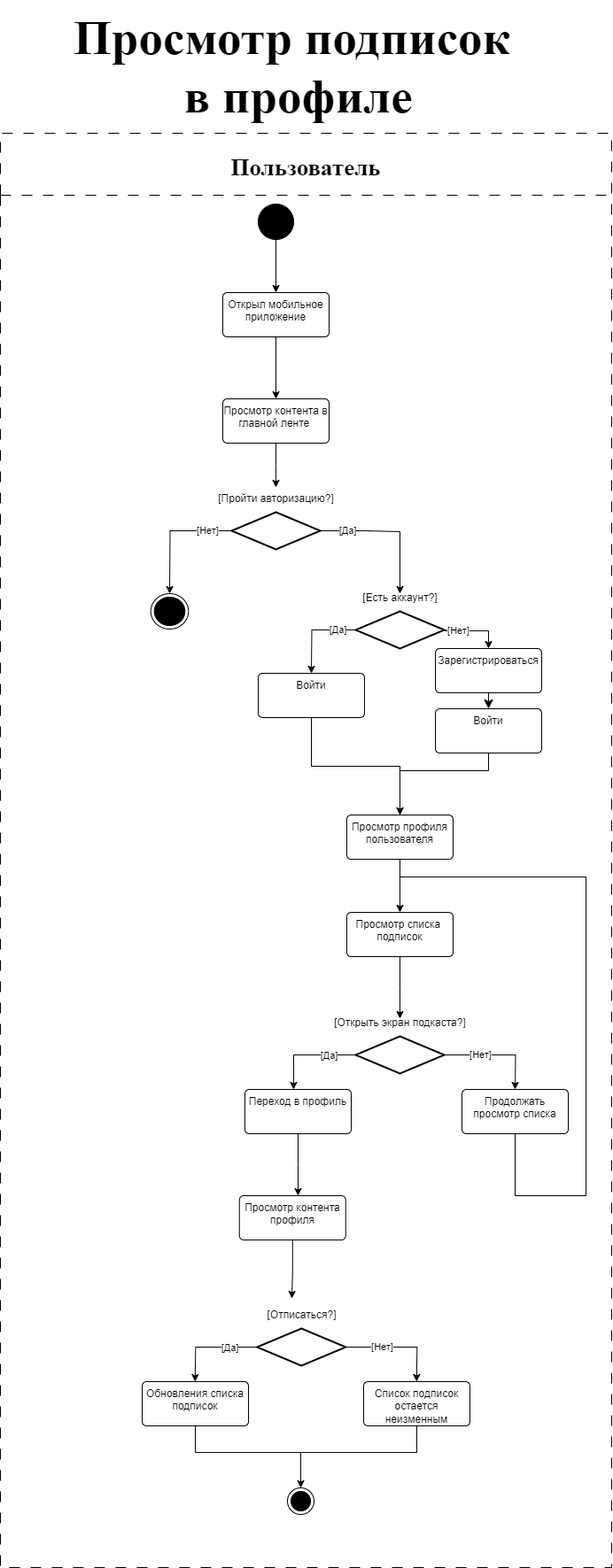
SazonovAlexander/9.1-TikTalk keeps this draw.io diagram as diagrams/activity-subs.png. Above is the earlier version. Source tidied: cells renumbered, new cells last; positions are measured from the earlier drawing's top-left corner, leaving out a move shared by most shapes. Its diagram source:
```xml
<mxGraphModel>
  <root>
    <mxCell id="0" />
    <mxCell id="1" parent="0" />
    <mxCell id="2" style="edgeStyle=orthogonalEdgeStyle;rounded=0;jettySize=auto;html=1;entryX=0.5;entryY=0;entryDx=0;entryDy=0;" parent="1" edge="1" source="3" target="7">
      <mxGeometry relative="1" as="geometry" />
    </mxCell>
    <mxCell id="3" style="ellipse;fillColor=strokeColor;html=1;" parent="1" vertex="1">
      <mxGeometry x="291" y="230" width="40" height="40" as="geometry" />
    </mxCell>
    <mxCell id="4" style="edgeStyle=orthogonalEdgeStyle;rounded=0;jettySize=auto;html=1;" parent="1" edge="1" source="5">
      <mxGeometry relative="1" as="geometry">
        <mxPoint x="311" y="550" as="targetPoint" />
      </mxGeometry>
    </mxCell>
    <mxCell id="5" value="Просмотр контента в главной ленте&amp;nbsp;&lt;div&gt;&lt;br/&gt;&lt;/div&gt;" style="whiteSpace=wrap;html=1;verticalAlign=top;rounded=1;arcSize=10;dashed=0;" parent="1" vertex="1">
      <mxGeometry x="251" y="450" width="120" height="50" as="geometry" />
    </mxCell>
    <mxCell id="6" style="edgeStyle=orthogonalEdgeStyle;rounded=0;jettySize=auto;html=1;entryX=0.5;entryY=0;entryDx=0;entryDy=0;" parent="1" edge="1" source="7" target="5">
      <mxGeometry relative="1" as="geometry" />
    </mxCell>
    <mxCell id="7" value="Открыл мобильное приложение" style="whiteSpace=wrap;html=1;verticalAlign=top;rounded=1;arcSize=10;dashed=0;" parent="1" vertex="1">
      <mxGeometry x="251" y="330" width="120" height="50" as="geometry" />
    </mxCell>
    <mxCell id="8" value="[Пройти авторизацию?]" style="text;html=1;align=center;verticalAlign=middle;strokeColor=none;fillColor=none;" parent="1" vertex="1">
      <mxGeometry x="236" y="548" width="150" height="30" as="geometry" />
    </mxCell>
    <mxCell id="9" style="edgeStyle=orthogonalEdgeStyle;rounded=0;jettySize=auto;html=1;" parent="1" edge="1" source="13">
      <mxGeometry relative="1" as="geometry">
        <mxPoint x="451" y="670" as="targetPoint" />
        <Array as="points">
          <mxPoint x="411" y="599" />
          <mxPoint x="411" y="600" />
          <mxPoint x="451" y="600" />
        </Array>
      </mxGeometry>
    </mxCell>
    <mxCell id="10" value="[Да]" style="edgeLabel;html=1;align=center;verticalAlign=middle;" parent="9" vertex="1">
      <mxGeometry x="-0.26" relative="1" as="geometry">
        <mxPoint x="-29" y="-1" as="offset" />
      </mxGeometry>
    </mxCell>
    <mxCell id="11" style="edgeStyle=orthogonalEdgeStyle;rounded=0;jettySize=auto;html=1;" parent="1" edge="1" source="13">
      <mxGeometry relative="1" as="geometry">
        <mxPoint x="191" y="670" as="targetPoint" />
      </mxGeometry>
    </mxCell>
    <mxCell id="12" value="[Нет]" style="edgeLabel;html=1;align=center;verticalAlign=middle;" parent="11" vertex="1">
      <mxGeometry x="-0.61" relative="1" as="geometry" />
    </mxCell>
    <mxCell id="13" style="strokeWidth=2;html=1;shape=mxgraph.flowchart.decision;whiteSpace=wrap;" parent="1" vertex="1">
      <mxGeometry x="261" y="578" width="100" height="42" as="geometry" />
    </mxCell>
    <mxCell id="14" style="edgeStyle=orthogonalEdgeStyle;rounded=0;jettySize=auto;html=1;" parent="1" edge="1" source="18">
      <mxGeometry relative="1" as="geometry">
        <mxPoint x="351" y="760" as="targetPoint" />
      </mxGeometry>
    </mxCell>
    <mxCell id="15" value="[Да]" style="edgeLabel;html=1;align=center;verticalAlign=middle;" parent="14" vertex="1">
      <mxGeometry x="-0.58" relative="1" as="geometry" />
    </mxCell>
    <mxCell id="16" style="edgeStyle=orthogonalEdgeStyle;rounded=0;jettySize=auto;html=1;entryX=0.5;entryY=0;entryDx=0;entryDy=0;" parent="1" edge="1" source="18" target="53">
      <mxGeometry relative="1" as="geometry">
        <Array as="points">
          <mxPoint x="551" y="712" />
        </Array>
      </mxGeometry>
    </mxCell>
    <mxCell id="17" value="[Нет]" style="edgeLabel;html=1;align=center;verticalAlign=middle;" parent="16" vertex="1">
      <mxGeometry x="-0.73" y="1" relative="1" as="geometry">
        <mxPoint x="6" y="1" as="offset" />
      </mxGeometry>
    </mxCell>
    <mxCell id="18" style="strokeWidth=2;html=1;shape=mxgraph.flowchart.decision;whiteSpace=wrap;" parent="1" vertex="1">
      <mxGeometry x="401" y="690" width="100" height="42" as="geometry" />
    </mxCell>
    <mxCell id="19" value="[Есть аккаунт?]" style="text;html=1;align=center;verticalAlign=middle;strokeColor=none;fillColor=none;" parent="1" vertex="1">
      <mxGeometry x="396" y="660" width="110" height="30" as="geometry" />
    </mxCell>
    <mxCell id="20" style="edgeStyle=orthogonalEdgeStyle;rounded=0;jettySize=auto;html=1;entryX=0.5;entryY=0;entryDx=0;entryDy=0;" parent="1" edge="1" source="21" target="24">
      <mxGeometry relative="1" as="geometry" />
    </mxCell>
    <mxCell id="21" value="Войти" style="whiteSpace=wrap;html=1;verticalAlign=top;rounded=1;arcSize=10;dashed=0;" parent="1" vertex="1">
      <mxGeometry x="291" y="760" width="120" height="50" as="geometry" />
    </mxCell>
    <mxCell id="22" style="edgeStyle=orthogonalEdgeStyle;rounded=0;jettySize=auto;html=1;entryX=0.5;entryY=0;entryDx=0;entryDy=0;exitX=0.5;exitY=1;exitDx=0;exitDy=0;" parent="1" edge="1" source="54" target="24">
      <mxGeometry relative="1" as="geometry">
        <Array as="points">
          <mxPoint x="551" y="870" />
          <mxPoint x="451" y="870" />
        </Array>
      </mxGeometry>
    </mxCell>
    <mxCell id="23" style="edgeStyle=orthogonalEdgeStyle;rounded=0;jettySize=auto;html=1;entryX=0.5;entryY=0;entryDx=0;entryDy=0;" parent="1" edge="1" source="24" target="26">
      <mxGeometry relative="1" as="geometry" />
    </mxCell>
    <mxCell id="24" value="Просмотр профиля пользователя" style="whiteSpace=wrap;html=1;verticalAlign=top;rounded=1;arcSize=10;dashed=0;" parent="1" vertex="1">
      <mxGeometry x="391" y="920" width="120" height="50" as="geometry" />
    </mxCell>
    <mxCell id="25" style="edgeStyle=orthogonalEdgeStyle;rounded=0;jettySize=auto;html=1;" parent="1" edge="1" source="26">
      <mxGeometry relative="1" as="geometry">
        <mxPoint x="451" y="1150" as="targetPoint" />
      </mxGeometry>
    </mxCell>
    <mxCell id="26" value="Просмотр списка&amp;nbsp;&lt;br&gt;подписок" style="whiteSpace=wrap;html=1;verticalAlign=top;rounded=1;arcSize=10;dashed=0;" parent="1" vertex="1">
      <mxGeometry x="391" y="1030" width="120" height="50" as="geometry" />
    </mxCell>
    <mxCell id="27" style="edgeStyle=orthogonalEdgeStyle;rounded=0;jettySize=auto;html=1;entryX=0.458;entryY=0;entryDx=0;entryDy=0;entryPerimeter=0;" parent="1" edge="1" source="29" target="32">
      <mxGeometry relative="1" as="geometry" />
    </mxCell>
    <mxCell id="28" value="[Да]" style="edgeLabel;html=1;align=center;verticalAlign=middle;" parent="27" vertex="1">
      <mxGeometry x="-0.44" y="1" relative="1" as="geometry" />
    </mxCell>
    <mxCell id="29" style="strokeWidth=2;html=1;shape=mxgraph.flowchart.decision;whiteSpace=wrap;" parent="1" vertex="1">
      <mxGeometry x="401" y="1170" width="100" height="42" as="geometry" />
    </mxCell>
    <mxCell id="30" value="[Открыть экран подкаста?]" style="text;html=1;align=center;verticalAlign=middle;strokeColor=none;fillColor=none;" parent="1" vertex="1">
      <mxGeometry x="366" y="1140" width="170" height="30" as="geometry" />
    </mxCell>
    <mxCell id="31" style="edgeStyle=orthogonalEdgeStyle;rounded=0;jettySize=auto;html=1;entryX=0.5;entryY=0;entryDx=0;entryDy=0;" parent="1" edge="1" source="32">
      <mxGeometry relative="1" as="geometry">
        <mxPoint x="336" y="1350" as="targetPoint" />
      </mxGeometry>
    </mxCell>
    <mxCell id="32" value="Переход в профиль" style="whiteSpace=wrap;html=1;verticalAlign=top;rounded=1;arcSize=10;dashed=0;" parent="1" vertex="1">
      <mxGeometry x="276" y="1230" width="120" height="50" as="geometry" />
    </mxCell>
    <mxCell id="33" value="Пользователь" style="swimlane;startSize=70;fontFamily=Times New Roman;fontSize=27;dashed=1;dashPattern=12 12;" parent="1" vertex="1">
      <mxGeometry y="150" width="690" height="1620" as="geometry" />
    </mxCell>
    <mxCell id="34" style="edgeStyle=orthogonalEdgeStyle;rounded=0;jettySize=auto;html=1;endArrow=none;endFill=0;" parent="33" edge="1" source="35">
      <mxGeometry relative="1" as="geometry">
        <mxPoint x="451" y="840" as="targetPoint" />
        <Array as="points">
          <mxPoint x="581" y="1200" />
          <mxPoint x="661" y="1200" />
        </Array>
      </mxGeometry>
    </mxCell>
    <mxCell id="35" value="Продолжать просмотр списка" style="whiteSpace=wrap;html=1;verticalAlign=top;rounded=1;arcSize=10;dashed=0;" parent="33" vertex="1">
      <mxGeometry x="521" y="1080" width="120" height="50" as="geometry" />
    </mxCell>
    <mxCell id="36" style="edgeStyle=orthogonalEdgeStyle;rounded=0;jettySize=auto;html=1;" parent="33" edge="1" source="29">
      <mxGeometry relative="1" as="geometry">
        <mxPoint x="581" y="1080" as="targetPoint" />
      </mxGeometry>
    </mxCell>
    <mxCell id="37" value="[Нет]" style="edgeLabel;html=1;align=center;verticalAlign=middle;" parent="36" vertex="1">
      <mxGeometry x="-0.05" relative="1" as="geometry">
        <mxPoint x="-16" as="offset" />
      </mxGeometry>
    </mxCell>
    <mxCell id="38" style="edgeStyle=orthogonalEdgeStyle;rounded=0;jettySize=auto;html=1;entryX=0.458;entryY=0;entryDx=0;entryDy=0;entryPerimeter=0;" parent="33" edge="1" source="40">
      <mxGeometry relative="1" as="geometry">
        <mxPoint x="219.8" y="1410" as="targetPoint" />
      </mxGeometry>
    </mxCell>
    <mxCell id="39" value="[Да]" style="edgeLabel;html=1;align=center;verticalAlign=middle;" parent="38" vertex="1">
      <mxGeometry x="-0.44" y="1" relative="1" as="geometry" />
    </mxCell>
    <mxCell id="40" style="strokeWidth=2;html=1;shape=mxgraph.flowchart.decision;whiteSpace=wrap;" parent="33" vertex="1">
      <mxGeometry x="289.8" y="1350" width="100" height="42" as="geometry" />
    </mxCell>
    <mxCell id="41" value="[Отписаться?]" style="text;html=1;align=center;verticalAlign=middle;points=[];strokeColor=none;fillColor=none;" parent="33" vertex="1">
      <mxGeometry x="289.8" y="1320" width="100" height="30" as="geometry" />
    </mxCell>
    <mxCell id="42" style="edgeStyle=orthogonalEdgeStyle;rounded=0;jettySize=auto;html=1;" parent="33" edge="1" source="40">
      <mxGeometry relative="1" as="geometry">
        <mxPoint x="469.8" y="1410" as="targetPoint" />
      </mxGeometry>
    </mxCell>
    <mxCell id="43" value="[Нет]" style="edgeLabel;html=1;align=center;verticalAlign=middle;" parent="42" vertex="1">
      <mxGeometry x="-0.05" relative="1" as="geometry">
        <mxPoint x="-16" as="offset" />
      </mxGeometry>
    </mxCell>
    <mxCell id="44" value="Обновления списка подписок" style="whiteSpace=wrap;html=1;verticalAlign=top;rounded=1;arcSize=10;dashed=0;" parent="33" vertex="1">
      <mxGeometry x="160" y="1410" width="120" height="50" as="geometry" />
    </mxCell>
    <mxCell id="45" style="edgeStyle=orthogonalEdgeStyle;rounded=0;jettySize=auto;html=1;endArrow=none;endFill=0;" parent="33" edge="1" source="46">
      <mxGeometry relative="1" as="geometry">
        <mxPoint x="340" y="1490" as="targetPoint" />
        <Array as="points">
          <mxPoint x="470" y="1490" />
        </Array>
      </mxGeometry>
    </mxCell>
    <mxCell id="46" value="Список подписок остается неизменным" style="whiteSpace=wrap;html=1;verticalAlign=top;rounded=1;arcSize=10;dashed=0;" parent="33" vertex="1">
      <mxGeometry x="410" y="1410" width="120" height="50" as="geometry" />
    </mxCell>
    <mxCell id="47" style="ellipse;html=1;shape=endState;fillColor=strokeColor;" parent="33" vertex="1">
      <mxGeometry x="324" y="1530" width="30" height="30" as="geometry" />
    </mxCell>
    <mxCell id="48" style="edgeStyle=orthogonalEdgeStyle;rounded=0;jettySize=auto;html=1;" parent="33" edge="1" source="44" target="47">
      <mxGeometry relative="1" as="geometry">
        <Array as="points">
          <mxPoint x="220" y="1490" />
          <mxPoint x="339" y="1490" />
        </Array>
      </mxGeometry>
    </mxCell>
    <mxCell id="49" value="Просмотр контента профиля" style="whiteSpace=wrap;html=1;verticalAlign=top;rounded=1;arcSize=10;dashed=0;" parent="33" vertex="1">
      <mxGeometry x="269.8" y="1200" width="120" height="50" as="geometry" />
    </mxCell>
    <mxCell id="50" style="edgeStyle=orthogonalEdgeStyle;rounded=0;jettySize=auto;html=1;entryX=0.392;entryY=-0.133;entryDx=0;entryDy=0;entryPerimeter=0;" parent="33" edge="1" source="49" target="41">
      <mxGeometry relative="1" as="geometry" />
    </mxCell>
    <mxCell id="51" style="ellipse;html=1;shape=endState;fillColor=strokeColor;" parent="33" vertex="1">
      <mxGeometry x="169.8" y="520" width="42.5" height="40" as="geometry" />
    </mxCell>
    <mxCell id="52" style="edgeStyle=none;curved=1;rounded=0;jettySize=auto;html=1;entryX=0.5;entryY=0;entryDx=0;entryDy=0;fontSize=12;startSize=8;endSize=8;" parent="33" edge="1" source="53" target="54">
      <mxGeometry relative="1" as="geometry" />
    </mxCell>
    <mxCell id="53" value="Зарегистрироваться" style="whiteSpace=wrap;html=1;verticalAlign=top;rounded=1;arcSize=10;dashed=0;" parent="33" vertex="1">
      <mxGeometry x="491" y="582" width="120" height="50" as="geometry" />
    </mxCell>
    <mxCell id="54" value="Войти" style="whiteSpace=wrap;html=1;verticalAlign=top;rounded=1;arcSize=10;dashed=0;" parent="33" vertex="1">
      <mxGeometry x="491" y="650" width="120" height="50" as="geometry" />
    </mxCell>
    <mxCell id="55" value="Просмотр подписок&amp;nbsp;&lt;br&gt;в профиле" style="text;html=1;align=center;verticalAlign=middle;strokeColor=none;fillColor=none;fontFamily=Times New Roman;fontSize=55;fontStyle=1;" parent="1" vertex="1">
      <mxGeometry x="81" width="510" height="150" as="geometry" />
    </mxCell>
  </root>
</mxGraphModel>
```
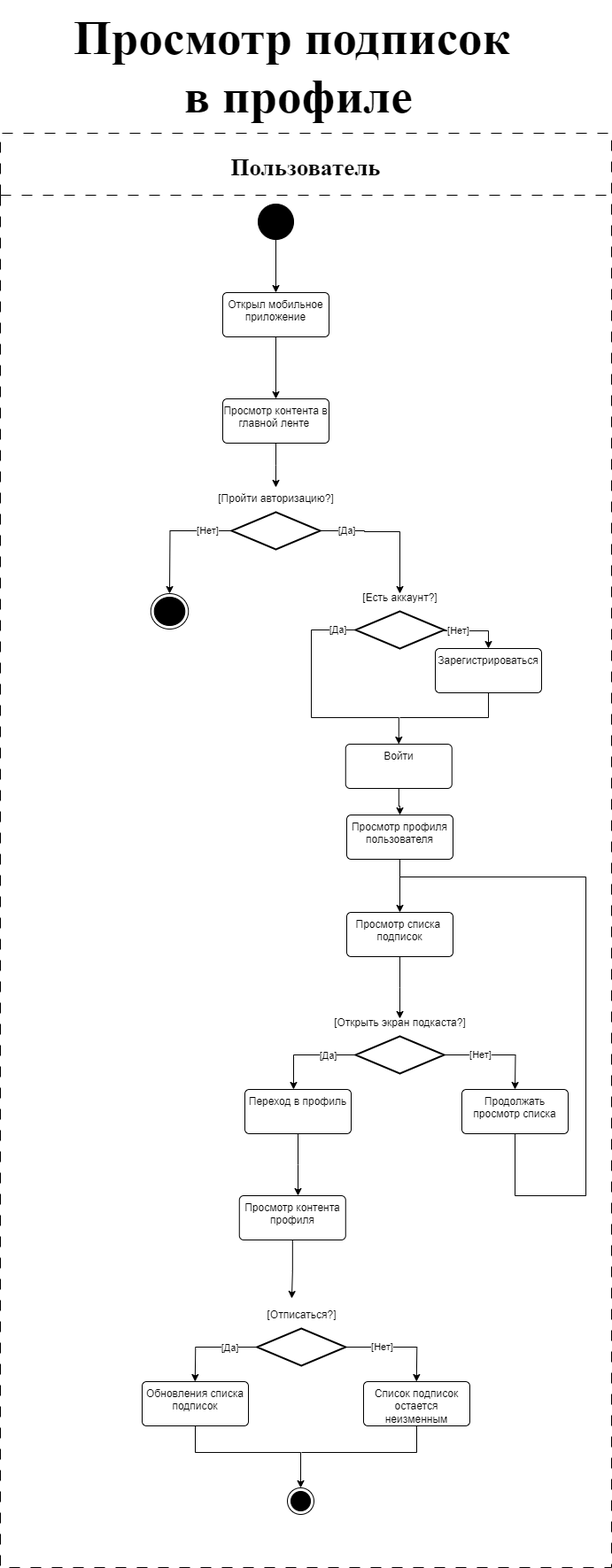
Above is the later version.

The edit, as a diff of the source:
```diff
@@ -51,13 +51,19 @@
     <mxCell id="13" style="strokeWidth=2;html=1;shape=mxgraph.flowchart.decision;whiteSpace=wrap;" parent="1" vertex="1">
       <mxGeometry x="261" y="578" width="100" height="42" as="geometry" />
     </mxCell>
-    <mxCell id="14" style="edgeStyle=orthogonalEdgeStyle;rounded=0;jettySize=auto;html=1;" parent="1" edge="1" source="18">
+    <mxCell id="14" style="edgeStyle=orthogonalEdgeStyle;rounded=0;jettySize=auto;html=1;entryX=0.5;entryY=0;entryDx=0;entryDy=0;" parent="1" edge="1" source="18" target="21">
       <mxGeometry relative="1" as="geometry">
-        <mxPoint x="351" y="760" as="targetPoint" />
+        <Array as="points">
+          <mxPoint x="351" y="711" />
+          <mxPoint x="351" y="810" />
+          <mxPoint x="450" y="810" />
+        </Array>
       </mxGeometry>
     </mxCell>
     <mxCell id="15" value="[Да]" style="edgeLabel;html=1;align=center;verticalAlign=middle;" parent="14" vertex="1">
-      <mxGeometry x="-0.58" relative="1" as="geometry" />
+      <mxGeometry x="-0.58" relative="1" as="geometry">
+        <mxPoint x="30" y="-9" as="offset" />
+      </mxGeometry>
     </mxCell>
     <mxCell id="16" style="edgeStyle=orthogonalEdgeStyle;rounded=0;jettySize=auto;html=1;entryX=0.5;entryY=0;entryDx=0;entryDy=0;" parent="1" edge="1" source="18" target="53">
       <mxGeometry relative="1" as="geometry">
@@ -80,17 +86,6 @@
     <mxCell id="20" style="edgeStyle=orthogonalEdgeStyle;rounded=0;jettySize=auto;html=1;entryX=0.5;entryY=0;entryDx=0;entryDy=0;" parent="1" edge="1" source="21" target="24">
       <mxGeometry relative="1" as="geometry" />
     </mxCell>
-    <mxCell id="21" value="Войти" style="whiteSpace=wrap;html=1;verticalAlign=top;rounded=1;arcSize=10;dashed=0;" parent="1" vertex="1">
-      <mxGeometry x="291" y="760" width="120" height="50" as="geometry" />
-    </mxCell>
-    <mxCell id="22" style="edgeStyle=orthogonalEdgeStyle;rounded=0;jettySize=auto;html=1;entryX=0.5;entryY=0;entryDx=0;entryDy=0;exitX=0.5;exitY=1;exitDx=0;exitDy=0;" parent="1" edge="1" source="54" target="24">
-      <mxGeometry relative="1" as="geometry">
-        <Array as="points">
-          <mxPoint x="551" y="870" />
-          <mxPoint x="451" y="870" />
-        </Array>
-      </mxGeometry>
-    </mxCell>
     <mxCell id="23" style="edgeStyle=orthogonalEdgeStyle;rounded=0;jettySize=auto;html=1;entryX=0.5;entryY=0;entryDx=0;entryDy=0;" parent="1" edge="1" source="24" target="26">
       <mxGeometry relative="1" as="geometry" />
     </mxCell>
@@ -208,15 +203,20 @@
     <mxCell id="51" style="ellipse;html=1;shape=endState;fillColor=strokeColor;" parent="33" vertex="1">
       <mxGeometry x="169.8" y="520" width="42.5" height="40" as="geometry" />
     </mxCell>
-    <mxCell id="52" style="edgeStyle=none;curved=1;rounded=0;jettySize=auto;html=1;entryX=0.5;entryY=0;entryDx=0;entryDy=0;fontSize=12;startSize=8;endSize=8;" parent="33" edge="1" source="53" target="54">
-      <mxGeometry relative="1" as="geometry" />
+    <mxCell id="52" style="edgeStyle=orthogonalEdgeStyle;rounded=0;jettySize=auto;html=1;fontSize=12;startSize=8;endSize=8;endArrow=none;endFill=0;" parent="33" edge="1" source="53">
+      <mxGeometry relative="1" as="geometry">
+        <mxPoint x="451" y="660" as="targetPoint" />
+        <Array as="points">
+          <mxPoint x="551" y="660" />
+        </Array>
+      </mxGeometry>
     </mxCell>
     <mxCell id="53" value="Зарегистрироваться" style="whiteSpace=wrap;html=1;verticalAlign=top;rounded=1;arcSize=10;dashed=0;" parent="33" vertex="1">
       <mxGeometry x="491" y="582" width="120" height="50" as="geometry" />
     </mxCell>
-    <mxCell id="54" value="Войти" style="whiteSpace=wrap;html=1;verticalAlign=top;rounded=1;arcSize=10;dashed=0;" parent="33" vertex="1">
-      <mxGeometry x="491" y="650" width="120" height="50" as="geometry" />
-    </mxCell>
+    <mxCell id="21" value="Войти" style="whiteSpace=wrap;html=1;verticalAlign=top;rounded=1;arcSize=10;dashed=0;" parent="33" vertex="1">
+      <mxGeometry x="389.8" y="690" width="120" height="50" as="geometry" />
+    </mxCell>
     <mxCell id="55" value="Просмотр подписок&amp;nbsp;&lt;br&gt;в профиле" style="text;html=1;align=center;verticalAlign=middle;strokeColor=none;fillColor=none;fontFamily=Times New Roman;fontSize=55;fontStyle=1;" parent="1" vertex="1">
       <mxGeometry x="81" width="510" height="150" as="geometry" />
     </mxCell>
```
